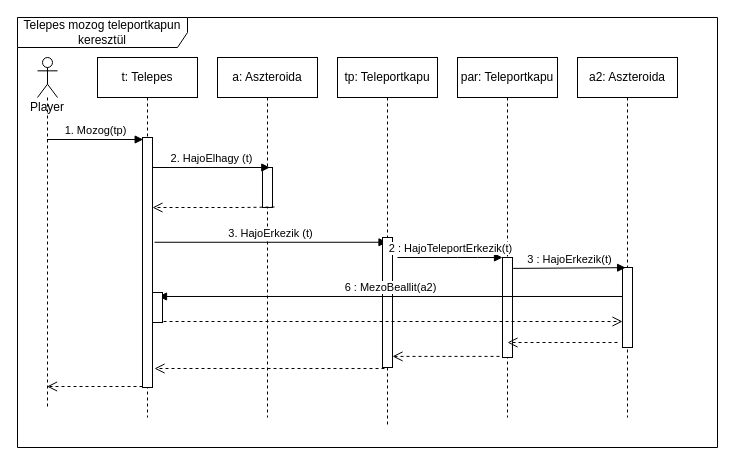
Before: page "Telepes" (1 of 2) of doc/szekvencia/4het_szek_TeleportMozgas.drawio in torpeBoiGo/aszteroidabanyaszat, a draw.io diagram. Source tidied: cells renumbered, new cells numbered last; positions are measured from the earlier drawing's top-left corner, leaving out a move shared by most shapes. Both pictures are drawn from the tidied source at 100%, with x=0, y=0 at pixel (17, 17).
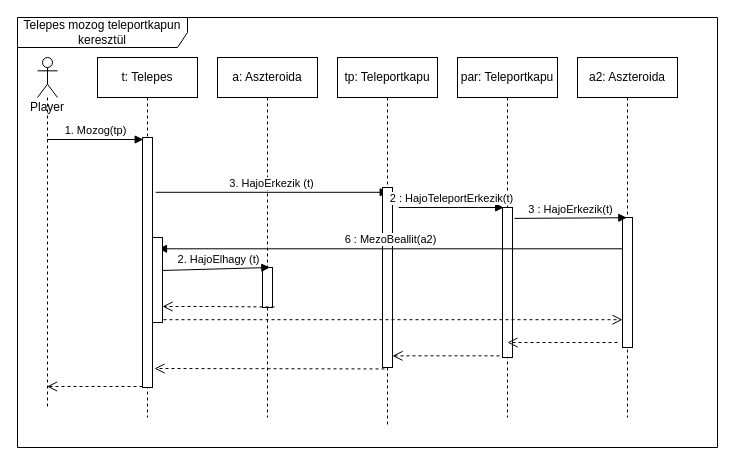
After the change.

Commit message:
Nem tudom

The change refers to these unchanged cells:
```xml
<mxCell id="3" value="t: Telepes" style="shape=umlLifeline;perimeter=lifelinePerimeter;whiteSpace=wrap;html=1;outlineConnect=0;" parent="1" vertex="1">
  <mxGeometry x="80" y="40" width="100" height="360" as="geometry" />
</mxCell>
<mxCell id="4" value="a: Aszteroida" style="shape=umlLifeline;perimeter=lifelinePerimeter;whiteSpace=wrap;html=1;" parent="1" vertex="1">
  <mxGeometry x="200" y="40" width="100" height="360" as="geometry" />
</mxCell>
<mxCell id="10" style="html=1;points=[];perimeter=orthogonalPerimeter;" parent="1" vertex="1">
  <mxGeometry x="125" y="120" width="10" height="250" as="geometry" />
</mxCell>
<mxCell id="15" value="tp: Teleportkapu" style="shape=umlLifeline;perimeter=lifelinePerimeter;whiteSpace=wrap;html=1;outlineConnect=0;" parent="1" vertex="1">
  <mxGeometry x="320" y="40" width="100" height="370" as="geometry" />
</mxCell>
<mxCell id="17" value="par: Teleportkapu" style="shape=umlLifeline;perimeter=lifelinePerimeter;whiteSpace=wrap;html=1;" parent="1" vertex="1">
  <mxGeometry x="440" y="40" width="100" height="360" as="geometry" />
</mxCell>
<mxCell id="19" value="a2: Aszteroida" style="shape=umlLifeline;perimeter=lifelinePerimeter;whiteSpace=wrap;html=1;" parent="1" vertex="1">
  <mxGeometry x="560" y="40" width="100" height="360" as="geometry" />
</mxCell>
```

The edit, as a diff of the source:
```diff
@@
     <mxCell id="5" style="html=1;points=[];perimeter=orthogonalPerimeter;" parent="4" vertex="1">
-      <mxGeometry x="45" y="110" width="10" height="40" as="geometry" />
+      <mxGeometry x="45" y="210" width="10" height="40" as="geometry" />
     </mxCell>
-    <mxCell id="6" value="2. HajoElhagy (t)" style="html=1;verticalAlign=bottom;endArrow=block;entryX=0.733;entryY=0;entryDx=0;entryDy=0;entryPerimeter=0;" parent="1" edge="1" source="3" target="5">
+    <mxCell id="6" value="2. HajoElhagy (t)" style="html=1;verticalAlign=bottom;endArrow=block;entryX=0.733;entryY=0;entryDx=0;entryDy=0;entryPerimeter=0;exitX=1;exitY=0.388;exitDx=0;exitDy=0;exitPerimeter=0;" parent="1" edge="1" source="27" target="5">
       <mxGeometry x="0.05" relative="1" as="geometry" />
     </mxCell>
-    <mxCell id="7" style="html=1;verticalAlign=bottom;endArrow=open;dashed=1;endSize=8;exitX=1.2;exitY=0.987;exitDx=0;exitDy=0;exitPerimeter=0;" parent="1" edge="1" source="5" target="10">
+    <mxCell id="7" style="html=1;verticalAlign=bottom;endArrow=open;dashed=1;endSize=8;exitX=1.2;exitY=0.987;exitDx=0;exitDy=0;exitPerimeter=0;" parent="1" edge="1" source="5" target="27">
       <mxGeometry relative="1" as="geometry">
         <Array as="points">
-          <mxPoint x="225" y="190" />
+          <mxPoint x="190" y="289" />
         </Array>
       </mxGeometry>
     </mxCell>
-    <mxCell id="8" value="3. HajoErkezik (t)" style="html=1;verticalAlign=bottom;endArrow=block;exitX=1.2;exitY=0.419;exitDx=0;exitDy=0;exitPerimeter=0;" parent="1" edge="1" source="10" target="15">
-      <mxGeometry relative="1" as="geometry" />
+    <mxCell id="8" value="3. HajoErkezik (t)" style="html=1;verticalAlign=bottom;endArrow=block;exitX=1.2;exitY=0.419;exitDx=0;exitDy=0;exitPerimeter=0;" parent="1" edge="1">
+      <mxGeometry relative="1" as="geometry">
+        <mxPoint x="138.2" y="174.8" as="sourcePoint" />
+        <mxPoint x="370.7" y="174.8" as="targetPoint" />
+      </mxGeometry>
     </mxCell>
@@
     <mxCell id="16" style="html=1;points=[];perimeter=orthogonalPerimeter;" parent="15" vertex="1">
-      <mxGeometry x="45" y="180" width="10" height="130" as="geometry" />
+      <mxGeometry x="45" y="130" width="10" height="180" as="geometry" />
     </mxCell>
@@
     <mxCell id="18" style="html=1;points=[];perimeter=orthogonalPerimeter;" parent="17" vertex="1">
-      <mxGeometry x="45" y="200" width="10" height="100" as="geometry" />
+      <mxGeometry x="45" y="150" width="10" height="150" as="geometry" />
     </mxCell>
@@
     <mxCell id="20" style="html=1;points=[];perimeter=orthogonalPerimeter;" parent="19" vertex="1">
-      <mxGeometry x="45" y="210" width="10" height="80" as="geometry" />
+      <mxGeometry x="45" y="160" width="10" height="130" as="geometry" />
     </mxCell>
-    <mxCell id="21" value="2 : HajoTeleportErkezik(t)" style="html=1;verticalAlign=bottom;endArrow=block;" parent="1" edge="1" target="18">
+    <mxCell id="21" value="2 : HajoTeleportErkezik(t)" style="html=1;verticalAlign=bottom;endArrow=block;" parent="1" edge="1">
       <mxGeometry relative="1" as="geometry">
-        <mxPoint x="380" y="240" as="sourcePoint" />
+        <mxPoint x="381.2" y="190" as="sourcePoint" />
+        <mxPoint x="486.2" y="190" as="targetPoint" />
         <Array as="points">
-          <mxPoint x="450" y="240" />
+          <mxPoint x="451.2" y="190" />
         </Array>
       </mxGeometry>
     </mxCell>
-    <mxCell id="22" value="3 : HajoErkezik(t)" style="html=1;verticalAlign=bottom;endArrow=block;entryX=0.31;entryY=0.002;entryDx=0;entryDy=0;entryPerimeter=0;exitX=1.069;exitY=0.109;exitDx=0;exitDy=0;exitPerimeter=0;" parent="1" edge="1" source="18" target="20">
-      <mxGeometry relative="1" as="geometry" />
+    <mxCell id="22" value="3 : HajoErkezik(t)" style="html=1;verticalAlign=bottom;endArrow=block;entryX=0.31;entryY=0.002;entryDx=0;entryDy=0;entryPerimeter=0;exitX=1.069;exitY=0.109;exitDx=0;exitDy=0;exitPerimeter=0;" parent="1" edge="1">
+      <mxGeometry relative="1" as="geometry">
+        <mxPoint x="496.9" y="200.9" as="sourcePoint" />
+        <mxPoint x="609.3" y="200.2" as="targetPoint" />
+      </mxGeometry>
     </mxCell>
@@
-    <mxCell id="24" style="html=1;verticalAlign=bottom;endArrow=open;dashed=1;endSize=8;entryX=0.5;entryY=0.85;entryDx=0;entryDy=0;entryPerimeter=0;" parent="1" edge="1" target="18">
+    <mxCell id="24" style="html=1;verticalAlign=bottom;endArrow=open;dashed=1;endSize=8;" parent="1" edge="1">
       <mxGeometry relative="1" as="geometry">
         <mxPoint x="600" y="325" as="sourcePoint" />
+        <mxPoint x="490" y="325" as="targetPoint" />
       </mxGeometry>
     </mxCell>
@@
     <mxCell id="27" style="html=1;points=[];perimeter=orthogonalPerimeter;" parent="1" vertex="1">
-      <mxGeometry x="135" y="275" width="10" height="30" as="geometry" />
+      <mxGeometry x="135" y="220" width="10" height="85" as="geometry" />
     </mxCell>
```
